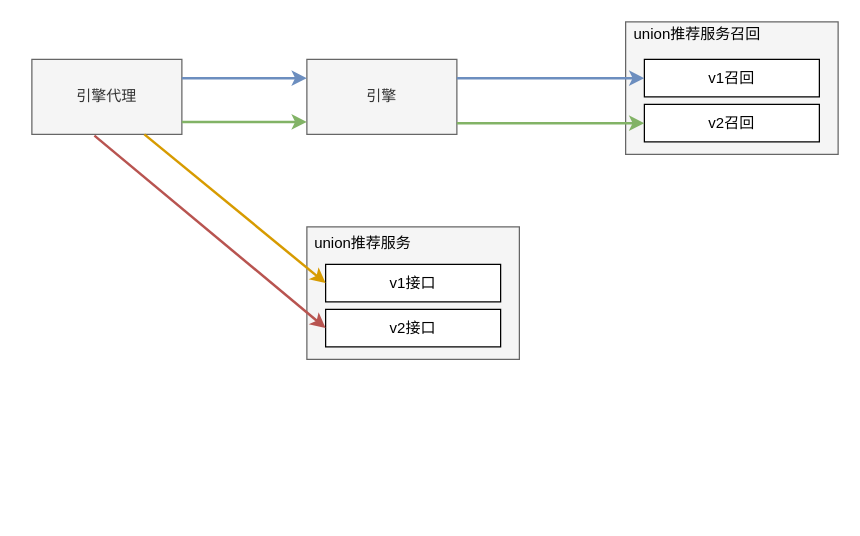
Earlier version of the draw.io diagram 压测链路.drawio (BlankKelly/diagrams). Source tidied: cells renumbered, new cells numbered last; positions are measured from the earlier drawing's top-left corner, leaving out a move shared by most shapes. Both pictures are drawn from the tidied source at 125%, with x=0, y=0 at pixel (31, 21).
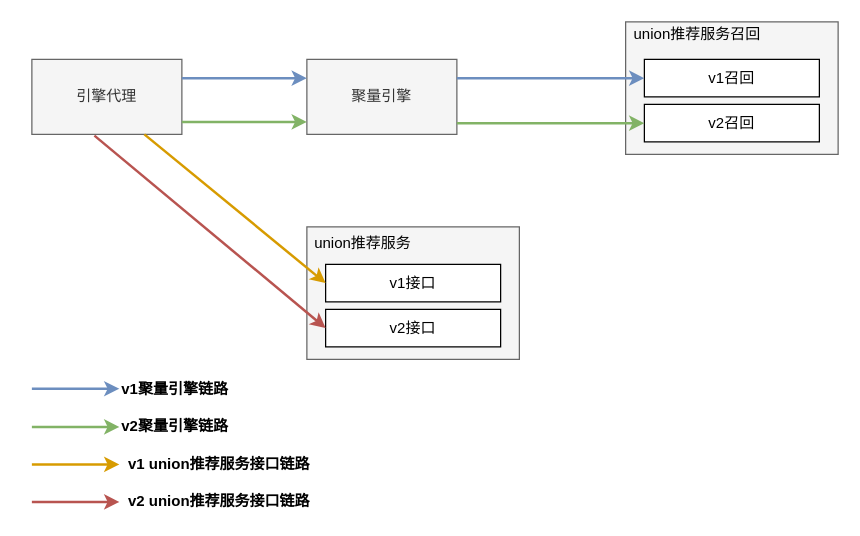
The same page after the edit.

Commit message:
更新压测链路.drawio

Diff of the diagram source:
```diff
@@
-    <mxCell id="3" value="引擎" style="rounded=0;whiteSpace=wrap;html=1;fillColor=#f5f5f5;fontColor=#333333;strokeColor=#666666;" parent="1" vertex="1">
+    <mxCell id="3" value="聚量引擎" style="rounded=0;whiteSpace=wrap;html=1;fillColor=#f5f5f5;fontColor=#333333;strokeColor=#666666;" parent="1" vertex="1">
       <mxGeometry x="220" y="30" width="120" height="60" as="geometry" />
     </mxCell>
@@
+    <mxCell id="18" style="endArrow=classic;html=1;rounded=0;fillColor=#d5e8d4;strokeColor=#82b366;strokeWidth=2;" parent="1" edge="1">
+      <mxGeometry relative="1" as="geometry">
+        <mxPoint y="324" as="sourcePoint" />
+        <mxPoint x="70" y="324" as="targetPoint" />
+      </mxGeometry>
+    </mxCell>
+    <mxCell id="19" style="endArrow=classic;html=1;rounded=0;exitX=0.75;exitY=1;exitDx=0;exitDy=0;fillColor=#ffe6cc;strokeColor=#d79b00;strokeWidth=2;" parent="1" edge="1">
+      <mxGeometry relative="1" as="geometry">
+        <mxPoint y="354" as="sourcePoint" />
+        <mxPoint x="70" y="354" as="targetPoint" />
+      </mxGeometry>
+    </mxCell>
+    <mxCell id="20" style="endArrow=classic;html=1;rounded=0;exitX=0.417;exitY=1.017;exitDx=0;exitDy=0;exitPerimeter=0;fillColor=#f8cecc;strokeColor=#b85450;strokeWidth=2;" parent="1" edge="1">
+      <mxGeometry relative="1" as="geometry">
+        <mxPoint y="384" as="sourcePoint" />
+        <mxPoint x="70" y="384" as="targetPoint" />
+      </mxGeometry>
+    </mxCell>
+    <mxCell id="21" style="endArrow=classic;html=1;rounded=0;exitX=1;exitY=0.25;exitDx=0;exitDy=0;strokeColor=#6c8ebf;fillColor=#dae8fc;strokeWidth=2;" parent="1" edge="1">
+      <mxGeometry relative="1" as="geometry">
+        <mxPoint y="293.5" as="sourcePoint" />
+        <mxPoint x="70" y="293.5" as="targetPoint" />
+      </mxGeometry>
+    </mxCell>
+    <mxCell id="22" value="&lt;strong&gt;v1聚量引擎链路&lt;/strong&gt;" style="text;whiteSpace=wrap;html=1;" parent="1" vertex="1">
+      <mxGeometry x="70" y="280" width="90" height="30" as="geometry" />
+    </mxCell>
+    <mxCell id="23" value="&lt;strong&gt;v2聚量引擎链路&lt;/strong&gt;" style="text;whiteSpace=wrap;html=1;" parent="1" vertex="1">
+      <mxGeometry x="70" y="310" width="90" height="20" as="geometry" />
+    </mxCell>
+    <mxCell id="24" value="&lt;strong&gt;v1 union推荐服务接口链路&lt;/strong&gt;" style="text;html=1;strokeColor=none;fillColor=none;align=center;verticalAlign=middle;whiteSpace=wrap;rounded=0;" parent="1" vertex="1">
+      <mxGeometry x="70" y="344" width="160" height="20" as="geometry" />
+    </mxCell>
+    <mxCell id="25" value="&lt;strong&gt;v2 union推荐服务接口链路&lt;/strong&gt;" style="text;html=1;strokeColor=none;fillColor=none;align=center;verticalAlign=middle;whiteSpace=wrap;rounded=0;" parent="1" vertex="1">
+      <mxGeometry x="70" y="374" width="160" height="20" as="geometry" />
+    </mxCell>
```
